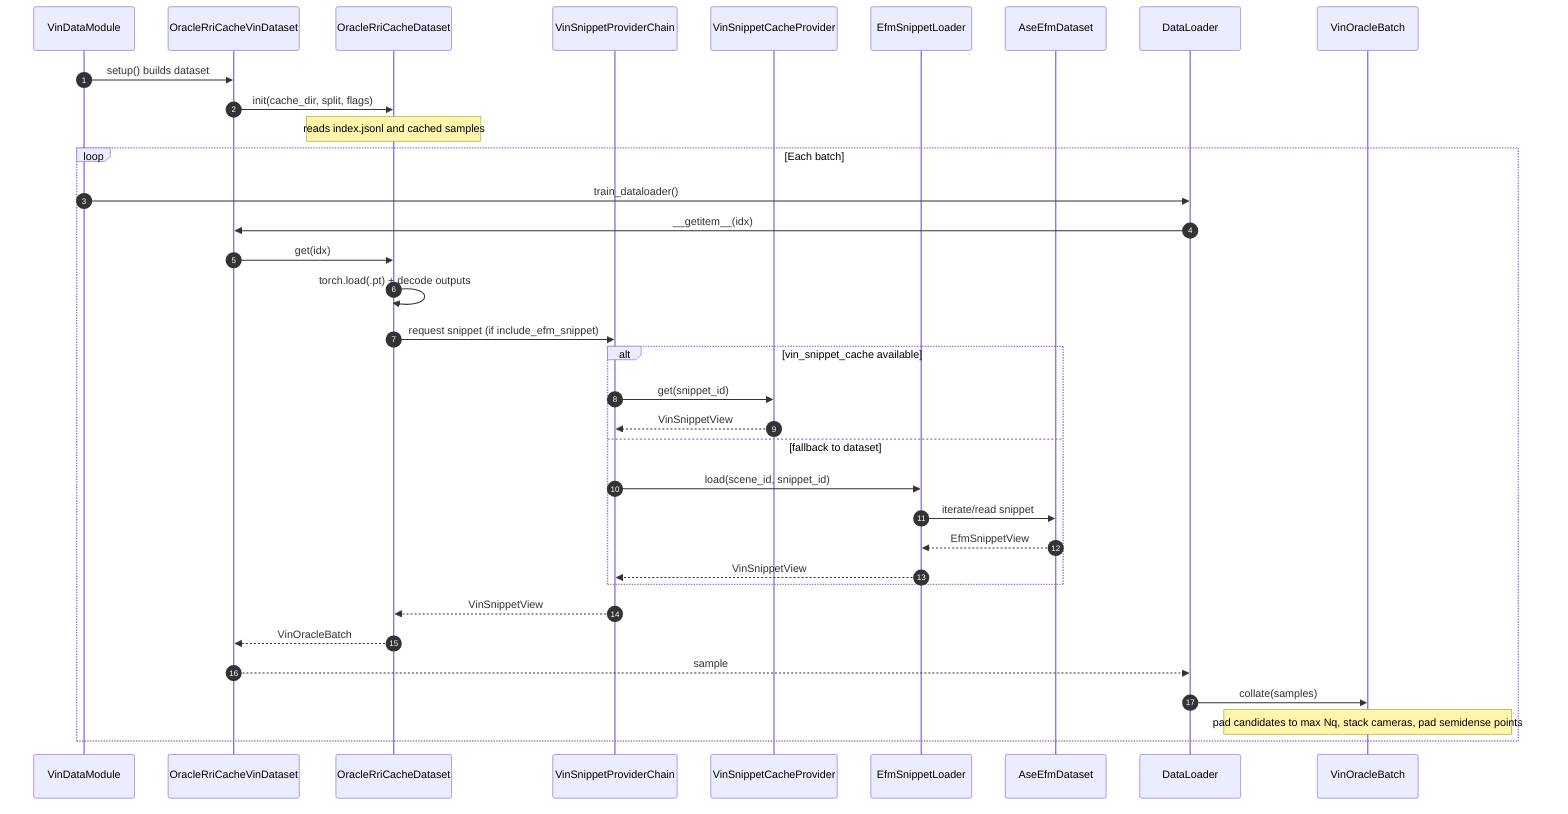
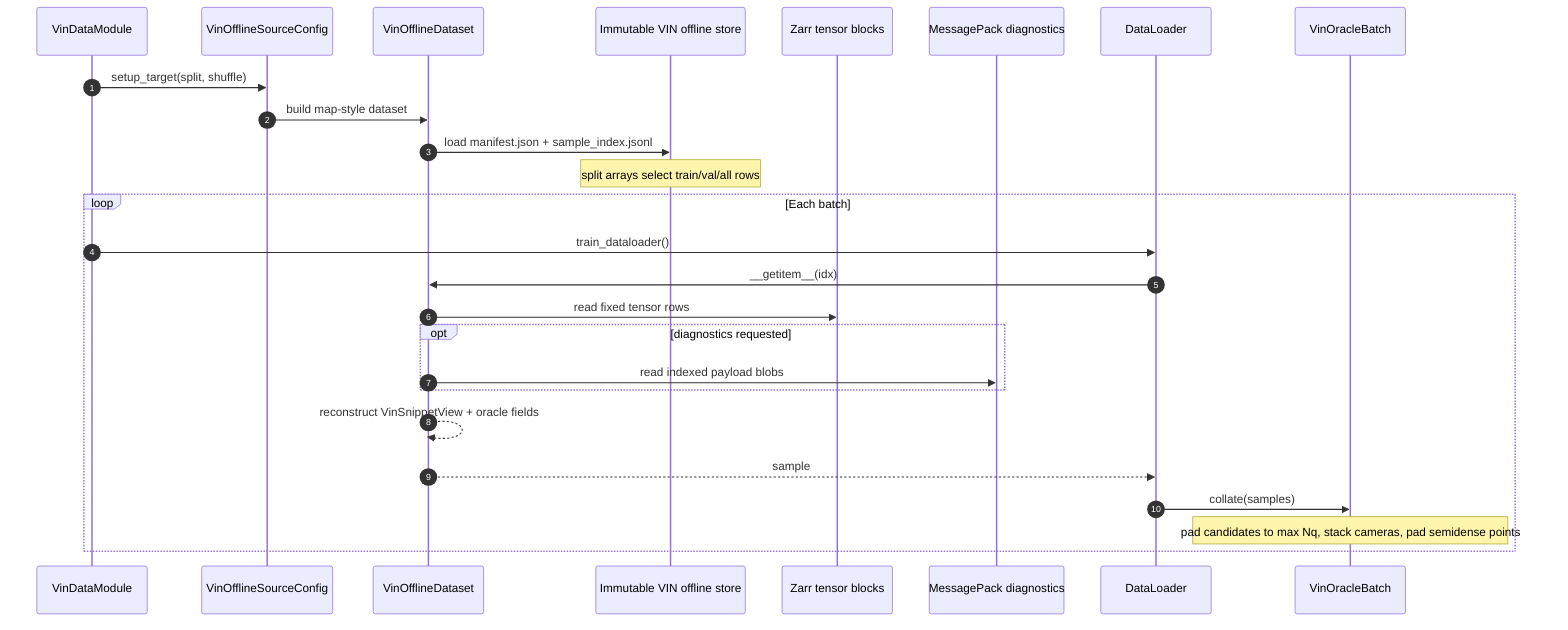
sequenceDiagram
autonumber
participant DM as VinDataModule
- participant DS as OracleRriCacheVinDataset
- participant CACHE as OracleRriCacheDataset
- participant PROV as VinSnippetProviderChain
- participant VSC as VinSnippetCacheProvider
- participant LDR as EfmSnippetLoader
- participant ASE as AseEfmDataset
+ participant SRC as VinOfflineSourceConfig
+ participant DS as VinOfflineDataset
+ participant STORE as Immutable VIN offline store
+ participant ZARR as Zarr tensor blocks
+ participant MSG as MessagePack diagnostics
participant DL as DataLoader
participant BATCH as VinOracleBatch

- DM->>DS: setup() builds dataset
- DS->>CACHE: init(cache_dir, split, flags)
- Note over CACHE: reads index.jsonl and cached samples
+ DM->>SRC: setup_target(split, shuffle)
+ SRC->>DS: build map-style dataset
+ DS->>STORE: load manifest.json + sample_index.jsonl
+ Note over STORE: split arrays select train/val/all rows

loop Each batch
  DM->>DL: train_dataloader()
  DL->>DS: __getitem__(idx)
-   DS->>CACHE: get(idx)
-   CACHE->>CACHE: torch.load(.pt) + decode outputs
-   CACHE->>PROV: request snippet (if include_efm_snippet)
-   alt vin_snippet_cache available
-     PROV->>VSC: get(snippet_id)
-     VSC-->>PROV: VinSnippetView
-   else fallback to dataset
-     PROV->>LDR: load(scene_id, snippet_id)
-     LDR->>ASE: iterate/read snippet
-     ASE-->>LDR: EfmSnippetView
-     LDR-->>PROV: VinSnippetView
+   DS->>ZARR: read fixed tensor rows
+   opt diagnostics requested
+     DS->>MSG: read indexed payload blobs
  end
-   PROV-->>CACHE: VinSnippetView
-   CACHE-->>DS: VinOracleBatch
+   DS-->>DS: reconstruct VinSnippetView + oracle fields
  DS-->>DL: sample
  DL->>BATCH: collate(samples)
  Note over BATCH: pad candidates to max Nq, stack cameras, pad semidense points
end
